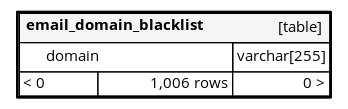
Above: diagrams/orphans/email_domain_blacklist.1degree.png in FAForever/db (Graphviz), before the change. Its source is kept beside it as diagrams/orphans/email_domain_blacklist.1degree.dot.
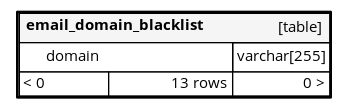
Above is the later version.

The edit, as a diff of the source:
```diff
@@ -21,7 +21,7 @@
     <TABLE BORDER="2" CELLBORDER="1" CELLSPACING="0" BGCOLOR="#ffffff">
       <TR><TD COLSPAN="4"  BGCOLOR="#f5f5f5"><TABLE BORDER="0" CELLSPACING="0"><TR><TD ALIGN="LEFT"><B>email_domain_blacklist</B></TD><TD ALIGN="RIGHT">[table]</TD></TR></TABLE></TD></TR>
       <TR><TD PORT="domain" COLSPAN="2" BGCOLOR="#ffffff" ALIGN="LEFT"><TABLE BORDER="0" CELLSPACING="0" ALIGN="LEFT"><TR ALIGN="LEFT"><TD ALIGN="LEFT" FIXEDSIZE="TRUE" WIDTH="15" HEIGHT="16"></TD><TD ALIGN="LEFT" FIXEDSIZE="TRUE" WIDTH="139" HEIGHT="16">domain</TD></TR></TABLE></TD><TD PORT="domain.type" ALIGN="LEFT">varchar[255]</TD></TR>
-      <TR><TD ALIGN="LEFT" BGCOLOR="#ffffff">&lt; 0</TD><TD ALIGN="RIGHT" BGCOLOR="#ffffff">1,006 rows</TD><TD ALIGN="RIGHT" BGCOLOR="#ffffff">0 &gt;</TD></TR>
+      <TR><TD ALIGN="LEFT" BGCOLOR="#ffffff">&lt; 0</TD><TD ALIGN="RIGHT" BGCOLOR="#ffffff">13 rows</TD><TD ALIGN="RIGHT" BGCOLOR="#ffffff">0 &gt;</TD></TR>
     </TABLE>>
     URL="tables/email_domain_blacklist.html"
     target="_top"
```
